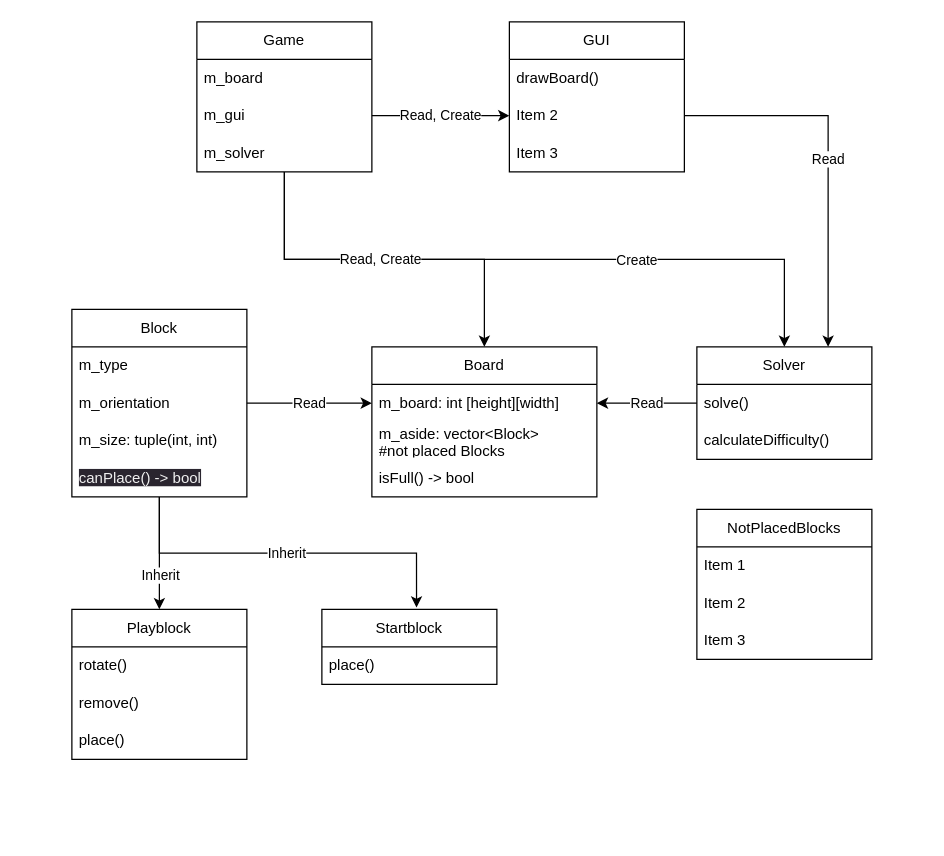
Before: CPP-Exam.drawio in philippgehrig/Mondrian-Blocks, a draw.io diagram. Source tidied: cells renumbered, new cells numbered last; positions are measured from the earlier drawing's top-left corner, leaving out a move shared by most shapes. Both pictures are drawn from the tidied source at 125%, with x=0, y=0 at pixel (71, 21).
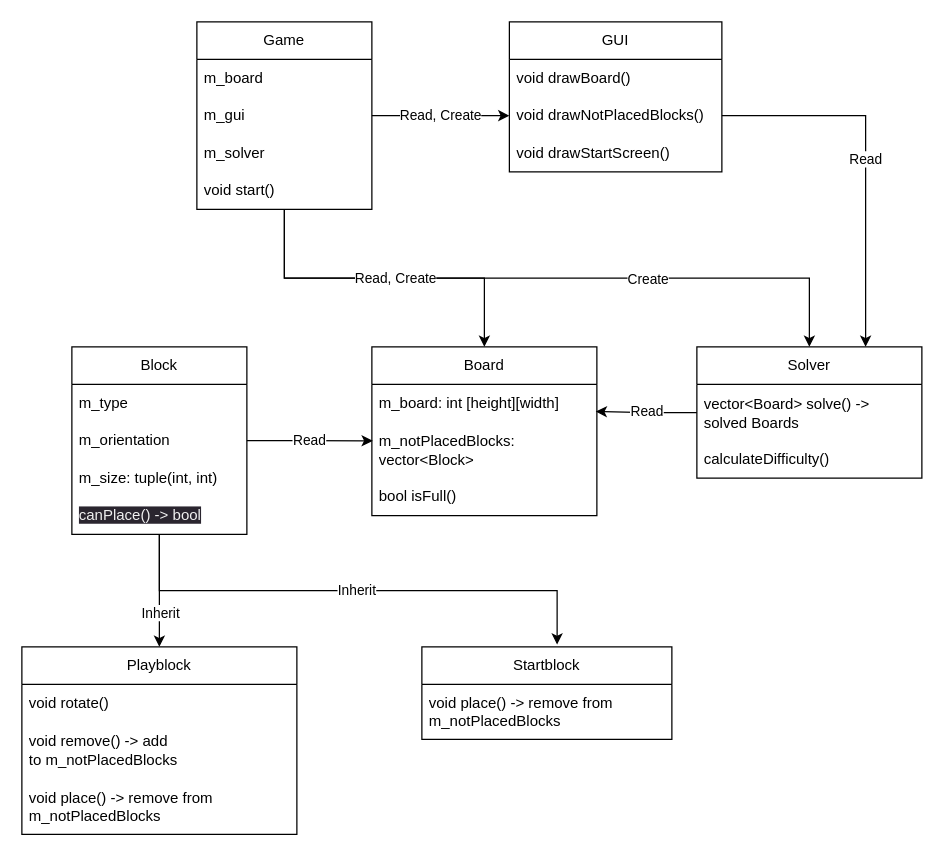
After the change.

Commit message:
Modified UML Diagramm. Ready to merge to main.

The change refers to these unchanged cells:
```xml
<mxCell id="7" value="m_orientation" style="text;strokeColor=none;fillColor=none;align=left;verticalAlign=middle;spacingLeft=4;spacingRight=4;overflow=hidden;points=[[0,0.5],[1,0.5]];portConstraint=eastwest;whiteSpace=wrap;html=1;" parent="5" vertex="1">
  <mxGeometry y="60" width="140" height="30" as="geometry" />
</mxCell>
<mxCell id="11" value="m_board: int [height][width]" style="text;strokeColor=none;fillColor=none;align=left;verticalAlign=middle;spacingLeft=4;spacingRight=4;overflow=hidden;points=[[0,0.5],[1,0.5]];portConstraint=eastwest;whiteSpace=wrap;html=1;" parent="10" vertex="1">
  <mxGeometry y="30" width="180" height="30" as="geometry" />
</mxCell>
```

Diff of the diagram source:
```diff
@@
     <mxCell id="5" value="Block" style="swimlane;fontStyle=0;horizontal=1;startSize=30;whiteSpace=wrap;html=1;" parent="1" vertex="1">
-      <mxGeometry y="230" width="140" height="150" as="geometry" />
+      <mxGeometry y="260" width="140" height="150" as="geometry" />
     </mxCell>
@@
     <mxCell id="10" value="Board" style="swimlane;fontStyle=0;horizontal=1;startSize=30;whiteSpace=wrap;html=1;" parent="1" vertex="1">
-      <mxGeometry x="240" y="260" width="180" height="120" as="geometry" />
+      <mxGeometry x="240" y="260" width="180" height="135" as="geometry" />
     </mxCell>
@@
-    <mxCell id="12" value="m_aside: vector&amp;lt;Block&amp;gt;&lt;br&gt;#not placed Blocks" style="text;strokeColor=none;fillColor=none;align=left;verticalAlign=middle;spacingLeft=4;spacingRight=4;overflow=hidden;points=[[0,0.5],[1,0.5]];portConstraint=eastwest;whiteSpace=wrap;html=1;" parent="10" vertex="1">
-      <mxGeometry y="60" width="180" height="30" as="geometry" />
+    <mxCell id="12" value="m_notPlacedBlocks: vector&amp;lt;Block&amp;gt;" style="text;strokeColor=none;fillColor=none;align=left;verticalAlign=middle;spacingLeft=4;spacingRight=4;overflow=hidden;points=[[0,0.5],[1,0.5]];portConstraint=eastwest;whiteSpace=wrap;html=1;" parent="10" vertex="1">
+      <mxGeometry y="60" width="180" height="45" as="geometry" />
     </mxCell>
-    <mxCell id="13" value="isFull() -&amp;gt; bool" style="text;strokeColor=none;fillColor=none;align=left;verticalAlign=middle;spacingLeft=4;spacingRight=4;overflow=hidden;whiteSpace=wrap;html=1;" parent="10" vertex="1">
-      <mxGeometry y="90" width="180" height="30" as="geometry" />
+    <mxCell id="13" value="bool isFull()&amp;nbsp;" style="text;strokeColor=none;fillColor=none;align=left;verticalAlign=middle;spacingLeft=4;spacingRight=4;overflow=hidden;whiteSpace=wrap;html=1;" parent="10" vertex="1">
+      <mxGeometry y="105" width="180" height="30" as="geometry" />
     </mxCell>
     <mxCell id="14" value="Playblock" style="swimlane;fontStyle=0;horizontal=1;startSize=30;whiteSpace=wrap;html=1;" parent="1" vertex="1">
-      <mxGeometry y="470" width="140" height="120" as="geometry" />
+      <mxGeometry x="-40" y="500" width="220" height="150" as="geometry" />
     </mxCell>
-    <mxCell id="15" value="rotate()" style="text;strokeColor=none;fillColor=none;align=left;verticalAlign=middle;spacingLeft=4;spacingRight=4;overflow=hidden;whiteSpace=wrap;html=1;" parent="14" vertex="1">
-      <mxGeometry y="30" width="140" height="30" as="geometry" />
+    <mxCell id="15" value="void rotate()" style="text;strokeColor=none;fillColor=none;align=left;verticalAlign=middle;spacingLeft=4;spacingRight=4;overflow=hidden;whiteSpace=wrap;html=1;" parent="14" vertex="1">
+      <mxGeometry y="30" width="220" height="30" as="geometry" />
     </mxCell>
-    <mxCell id="16" value="remove()" style="text;strokeColor=none;fillColor=none;align=left;verticalAlign=middle;spacingLeft=4;spacingRight=4;overflow=hidden;whiteSpace=wrap;html=1;" parent="14" vertex="1">
-      <mxGeometry y="60" width="140" height="30" as="geometry" />
+    <mxCell id="16" value="void remove() -&amp;gt; add to&amp;nbsp;m_notPlacedBlocks" style="text;strokeColor=none;fillColor=none;align=left;verticalAlign=middle;spacingLeft=4;spacingRight=4;overflow=hidden;whiteSpace=wrap;html=1;" parent="14" vertex="1">
+      <mxGeometry y="60" width="220" height="45" as="geometry" />
     </mxCell>
-    <mxCell id="17" value="place()" style="text;strokeColor=none;fillColor=none;align=left;verticalAlign=middle;spacingLeft=4;spacingRight=4;overflow=hidden;whiteSpace=wrap;html=1;" parent="14" vertex="1">
-      <mxGeometry y="90" width="140" height="30" as="geometry" />
+    <mxCell id="17" value="void place() -&amp;gt; remove from m_notPlacedBlocks" style="text;strokeColor=none;fillColor=none;align=left;verticalAlign=middle;spacingLeft=4;spacingRight=4;overflow=hidden;whiteSpace=wrap;html=1;" parent="14" vertex="1">
+      <mxGeometry y="105" width="220" height="45" as="geometry" />
     </mxCell>
     <mxCell id="18" value="Startblock" style="swimlane;fontStyle=0;horizontal=1;startSize=30;whiteSpace=wrap;html=1;" parent="1" vertex="1">
-      <mxGeometry x="200" y="470" width="140" height="60" as="geometry" />
+      <mxGeometry x="280" y="500" width="200" height="74" as="geometry" />
     </mxCell>
-    <mxCell id="19" value="place()" style="text;strokeColor=none;fillColor=none;align=left;verticalAlign=middle;spacingLeft=4;spacingRight=4;overflow=hidden;whiteSpace=wrap;html=1;" parent="18" vertex="1">
-      <mxGeometry y="30" width="140" height="30" as="geometry" />
+    <mxCell id="19" value="void place() -&amp;gt; remove from m_notPlacedBlocks" style="text;strokeColor=none;fillColor=none;align=left;verticalAlign=middle;spacingLeft=4;spacingRight=4;overflow=hidden;whiteSpace=wrap;html=1;" parent="18" vertex="1">
+      <mxGeometry y="30" width="200" height="44" as="geometry" />
     </mxCell>
@@
     <mxCell id="24" value="Game" style="swimlane;fontStyle=0;horizontal=1;startSize=30;whiteSpace=wrap;html=1;" parent="1" vertex="1">
-      <mxGeometry x="100" width="140" height="120" as="geometry" />
+      <mxGeometry x="100" width="140" height="150" as="geometry" />
     </mxCell>
@@
+    <mxCell id="43" value="void start()" style="text;strokeColor=none;fillColor=none;align=left;verticalAlign=middle;spacingLeft=4;spacingRight=4;overflow=hidden;whiteSpace=wrap;html=1;" parent="24" vertex="1">
+      <mxGeometry y="120" width="140" height="30" as="geometry" />
+    </mxCell>
     <mxCell id="28" value="GUI" style="swimlane;fontStyle=0;horizontal=1;startSize=30;whiteSpace=wrap;html=1;" parent="1" vertex="1">
-      <mxGeometry x="350" width="140" height="120" as="geometry" />
+      <mxGeometry x="350" width="170" height="120" as="geometry" />
     </mxCell>
-    <mxCell id="29" value="drawBoard()" style="text;strokeColor=none;fillColor=none;align=left;verticalAlign=middle;spacingLeft=4;spacingRight=4;overflow=hidden;whiteSpace=wrap;html=1;" parent="28" vertex="1">
-      <mxGeometry y="30" width="140" height="30" as="geometry" />
+    <mxCell id="29" value="void drawBoard()" style="text;strokeColor=none;fillColor=none;align=left;verticalAlign=middle;spacingLeft=4;spacingRight=4;overflow=hidden;whiteSpace=wrap;html=1;" parent="28" vertex="1">
+      <mxGeometry y="30" width="170" height="30" as="geometry" />
     </mxCell>
-    <mxCell id="30" value="Item 2" style="text;strokeColor=none;fillColor=none;align=left;verticalAlign=middle;spacingLeft=4;spacingRight=4;overflow=hidden;points=[[0,0.5],[1,0.5]];portConstraint=eastwest;whiteSpace=wrap;html=1;" parent="28" vertex="1">
-      <mxGeometry y="60" width="140" height="30" as="geometry" />
+    <mxCell id="30" value="void drawNotPlacedBlocks()" style="text;strokeColor=none;fillColor=none;align=left;verticalAlign=middle;spacingLeft=4;spacingRight=4;overflow=hidden;points=[[0,0.5],[1,0.5]];portConstraint=eastwest;whiteSpace=wrap;html=1;" parent="28" vertex="1">
+      <mxGeometry y="60" width="170" height="30" as="geometry" />
     </mxCell>
-    <mxCell id="31" value="Item 3" style="text;strokeColor=none;fillColor=none;align=left;verticalAlign=middle;spacingLeft=4;spacingRight=4;overflow=hidden;whiteSpace=wrap;html=1;" parent="28" vertex="1">
-      <mxGeometry y="90" width="140" height="30" as="geometry" />
+    <mxCell id="31" value="void drawStartScreen()" style="text;strokeColor=none;fillColor=none;align=left;verticalAlign=middle;spacingLeft=4;spacingRight=4;overflow=hidden;whiteSpace=wrap;html=1;" parent="28" vertex="1">
+      <mxGeometry y="90" width="170" height="30" as="geometry" />
     </mxCell>
-    <mxCell id="32" value="Read" style="edgeStyle=orthogonalEdgeStyle;rounded=0;jettySize=auto;html=1;entryX=1;entryY=0.5;entryDx=0;entryDy=0;" parent="1" edge="1" source="33" target="11">
+    <mxCell id="32" value="Read" style="edgeStyle=orthogonalEdgeStyle;rounded=0;jettySize=auto;html=1;entryX=0.995;entryY=0.723;entryDx=0;entryDy=0;entryPerimeter=0;" parent="1" edge="1" source="33" target="11">
       <mxGeometry relative="1" as="geometry" />
     </mxCell>
     <mxCell id="33" value="Solver" style="swimlane;fontStyle=0;horizontal=1;startSize=30;whiteSpace=wrap;html=1;" parent="1" vertex="1">
-      <mxGeometry x="500" y="260" width="140" height="90" as="geometry" />
+      <mxGeometry x="500" y="260" width="180" height="105" as="geometry" />
     </mxCell>
-    <mxCell id="34" value="solve()" style="text;strokeColor=none;fillColor=none;align=left;verticalAlign=middle;spacingLeft=4;spacingRight=4;overflow=hidden;whiteSpace=wrap;html=1;" parent="33" vertex="1">
-      <mxGeometry y="30" width="140" height="30" as="geometry" />
+    <mxCell id="34" value="vector&amp;lt;Board&amp;gt; solve() -&amp;gt; solved Boards" style="text;strokeColor=none;fillColor=none;align=left;verticalAlign=middle;spacingLeft=4;spacingRight=4;overflow=hidden;whiteSpace=wrap;html=1;" parent="33" vertex="1">
+      <mxGeometry y="30" width="180" height="45" as="geometry" />
     </mxCell>
     <mxCell id="35" value="calculateDifficulty()" style="text;strokeColor=none;fillColor=none;align=left;verticalAlign=middle;spacingLeft=4;spacingRight=4;overflow=hidden;whiteSpace=wrap;html=1;" parent="33" vertex="1">
-      <mxGeometry y="60" width="140" height="30" as="geometry" />
+      <mxGeometry y="75" width="180" height="30" as="geometry" />
     </mxCell>
@@
-    <mxCell id="37" value="Read" style="edgeStyle=orthogonalEdgeStyle;rounded=0;jettySize=auto;html=1;entryX=0;entryY=0.5;entryDx=0;entryDy=0;" parent="1" edge="1" source="7" target="11">
+    <mxCell id="37" value="Read" style="edgeStyle=orthogonalEdgeStyle;rounded=0;jettySize=auto;html=1;entryX=0.004;entryY=0.337;entryDx=0;entryDy=0;entryPerimeter=0;" parent="1" edge="1" source="7" target="12">
       <mxGeometry relative="1" as="geometry" />
     </mxCell>
@@
-    <mxCell id="39" value="NotPlacedBlocks" style="swimlane;fontStyle=0;horizontal=1;startSize=30;whiteSpace=wrap;html=1;" parent="1" vertex="1">
-      <mxGeometry x="500" y="390" width="140" height="120" as="geometry" />
-    </mxCell>
-    <mxCell id="40" value="Item 1" style="text;strokeColor=none;fillColor=none;align=left;verticalAlign=middle;spacingLeft=4;spacingRight=4;overflow=hidden;whiteSpace=wrap;html=1;" parent="39" vertex="1">
-      <mxGeometry y="30" width="140" height="30" as="geometry" />
-    </mxCell>
-    <mxCell id="41" value="Item 2" style="text;strokeColor=none;fillColor=none;align=left;verticalAlign=middle;spacingLeft=4;spacingRight=4;overflow=hidden;whiteSpace=wrap;html=1;" parent="39" vertex="1">
-      <mxGeometry y="60" width="140" height="30" as="geometry" />
-    </mxCell>
-    <mxCell id="42" value="Item 3" style="text;strokeColor=none;fillColor=none;align=left;verticalAlign=middle;spacingLeft=4;spacingRight=4;overflow=hidden;whiteSpace=wrap;html=1;" parent="39" vertex="1">
-      <mxGeometry y="90" width="140" height="30" as="geometry" />
-    </mxCell>
```
